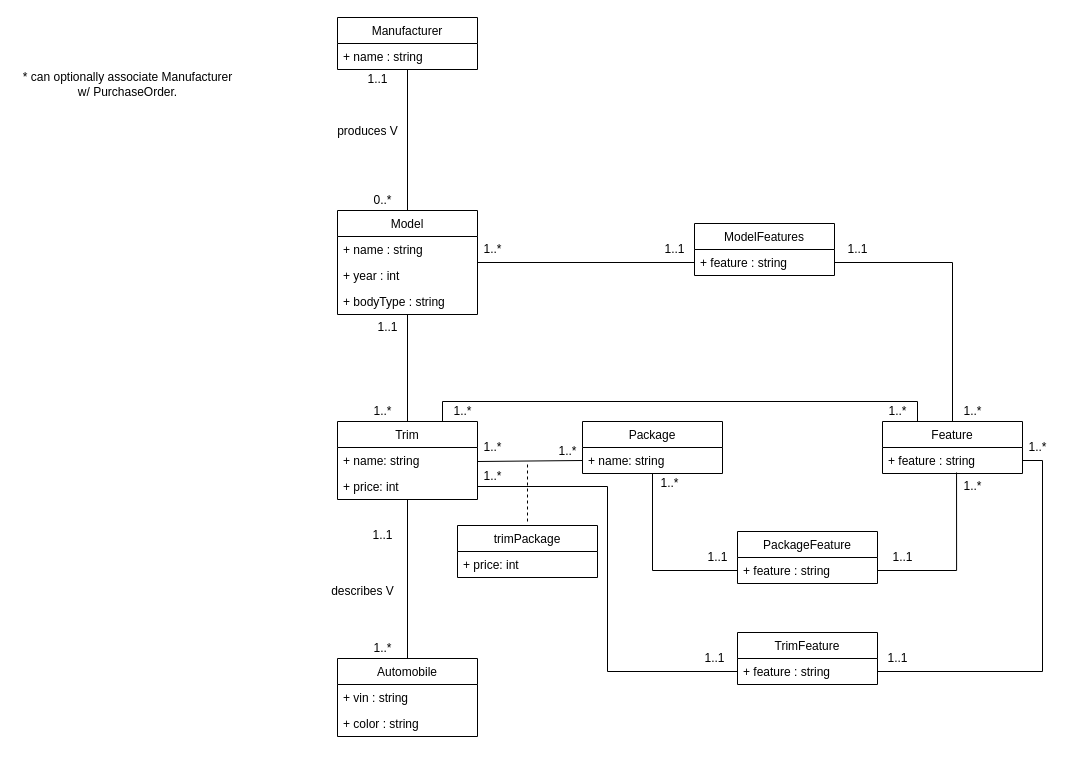
Before: page "UML" (1 of 2) of Project 2.drawio in AnthraciteData/CECS-323-, a draw.io diagram. Source tidied: cells renumbered, new cells numbered last; positions are measured from the earlier drawing's top-left corner, leaving out a move shared by most shapes. Both pictures are drawn from the tidied source at 100%, with x=0, y=0 at pixel (17, 17).
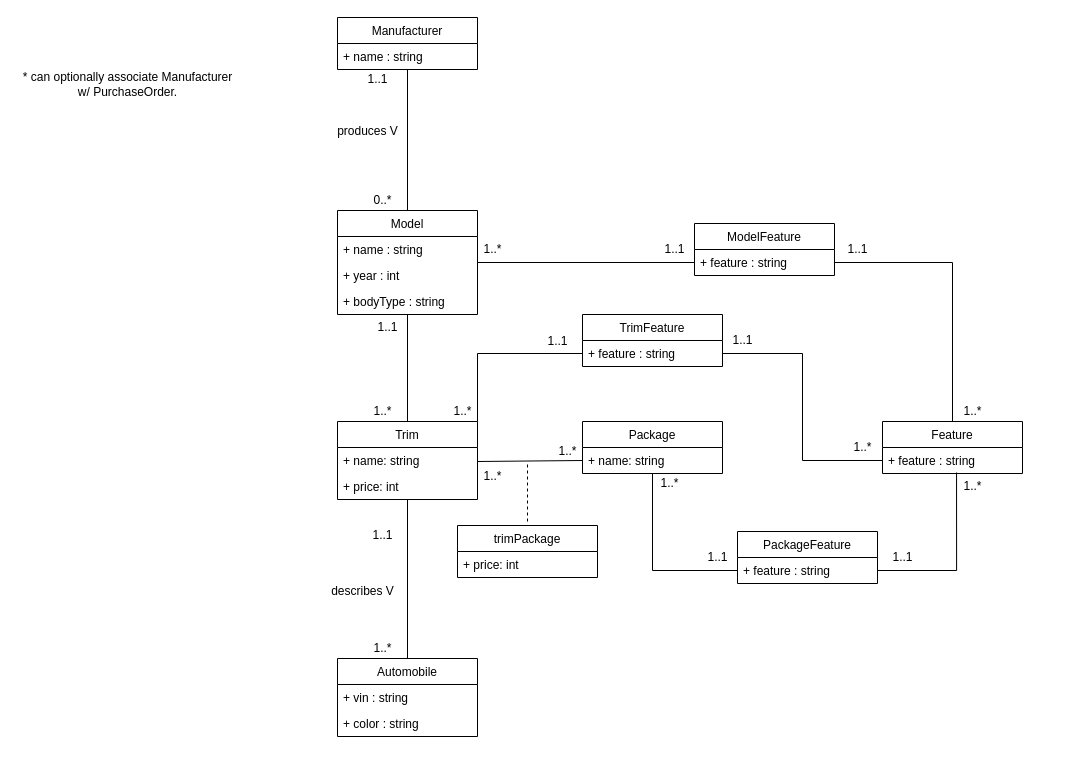
After the change.

The change refers to these unchanged cells:
```xml
<mxCell id="21" value="Trim" style="swimlane;fontStyle=0;horizontal=1;startSize=26;fillColor=none;" parent="1" vertex="1">
  <mxGeometry x="320" y="404" width="140" height="78" as="geometry" />
</mxCell>
<mxCell id="23" value="+ price: int" style="text;strokeColor=none;fillColor=none;align=left;verticalAlign=top;spacingLeft=4;spacingRight=4;overflow=hidden;points=[[0,0.5],[1,0.5]];portConstraint=eastwest;" parent="21" vertex="1">
  <mxGeometry y="52" width="140" height="26" as="geometry" />
</mxCell>
<mxCell id="24" value="Feature" style="swimlane;fontStyle=0;horizontal=1;startSize=26;fillColor=none;" parent="1" vertex="1">
  <mxGeometry x="865" y="404" width="140" height="52" as="geometry" />
</mxCell>
<mxCell id="25" value="+ feature : string" style="text;strokeColor=none;fillColor=none;align=left;verticalAlign=top;spacingLeft=4;spacingRight=4;overflow=hidden;points=[[0,0.5],[1,0.5]];portConstraint=eastwest;" parent="24" vertex="1">
  <mxGeometry y="26" width="140" height="26" as="geometry" />
</mxCell>
<mxCell id="48" value="+ feature : string" style="text;strokeColor=none;fillColor=none;align=left;verticalAlign=top;spacingLeft=4;spacingRight=4;overflow=hidden;points=[[0,0.5],[1,0.5]];portConstraint=eastwest;" parent="47" vertex="1">
  <mxGeometry y="26" width="140" height="26" as="geometry" />
</mxCell>
```

Diff of the diagram source:
```diff
@@
-    <mxCell id="20" style="edgeStyle=orthogonalEdgeStyle;rounded=0;jettySize=auto;html=1;exitX=0.75;exitY=0;exitDx=0;exitDy=0;entryX=0.25;entryY=0;entryDx=0;entryDy=0;endArrow=none;endFill=0;" parent="1" edge="1" source="21" target="24">
-      <mxGeometry relative="1" as="geometry" />
-    </mxCell>
@@
     <mxCell id="34" value="1..*" style="text;html=1;align=center;verticalAlign=middle;strokeColor=none;fillColor=none;" parent="1" vertex="1">
-      <mxGeometry x="460" y="420" width="30" height="20" as="geometry" />
+      <mxGeometry x="430" y="384" width="30" height="20" as="geometry" />
     </mxCell>
@@
-    <mxCell id="40" value="1..*" style="text;html=1;align=center;verticalAlign=middle;strokeColor=none;fillColor=none;" parent="1" vertex="1">
-      <mxGeometry x="865" y="384" width="30" height="20" as="geometry" />
-    </mxCell>
-    <mxCell id="41" value="1..*" style="text;html=1;align=center;verticalAlign=middle;strokeColor=none;fillColor=none;" parent="1" vertex="1">
-      <mxGeometry x="430" y="384" width="30" height="20" as="geometry" />
-    </mxCell>
-    <mxCell id="42" value="ModelFeatures" style="swimlane;fontStyle=0;horizontal=1;startSize=26;fillColor=none;" parent="1" vertex="1">
+    <mxCell id="42" value="ModelFeature" style="swimlane;fontStyle=0;horizontal=1;startSize=26;fillColor=none;" parent="1" vertex="1">
       <mxGeometry x="677" y="206" width="140" height="52" as="geometry" />
     </mxCell>
@@
     <mxCell id="47" value="TrimFeature" style="swimlane;fontStyle=0;horizontal=1;startSize=26;fillColor=none;" parent="1" vertex="1">
-      <mxGeometry x="720" y="615" width="140" height="52" as="geometry" />
+      <mxGeometry x="565" y="297" width="140" height="52" as="geometry" />
     </mxCell>
@@
-    <mxCell id="49" style="edgeStyle=orthogonalEdgeStyle;rounded=0;jettySize=auto;html=1;endArrow=none;endFill=0;" parent="1" edge="1" source="23" target="48">
-      <mxGeometry relative="1" as="geometry">
-        <Array as="points">
-          <mxPoint x="590" y="469" />
-          <mxPoint x="590" y="654" />
-        </Array>
-      </mxGeometry>
-    </mxCell>
-    <mxCell id="50" style="edgeStyle=orthogonalEdgeStyle;rounded=0;jettySize=auto;html=1;entryX=1;entryY=0.5;entryDx=0;entryDy=0;endArrow=none;endFill=0;" parent="1" edge="1" source="48" target="25">
-      <mxGeometry relative="1" as="geometry" />
-    </mxCell>
@@
     <mxCell id="58" value="1..*" style="text;html=1;align=center;verticalAlign=middle;strokeColor=none;fillColor=none;" parent="1" vertex="1">
-      <mxGeometry x="1005" y="420" width="30" height="20" as="geometry" />
+      <mxGeometry x="830" y="420" width="30" height="20" as="geometry" />
     </mxCell>
@@
     <mxCell id="61" value="1..1" style="text;html=1;align=center;verticalAlign=middle;strokeColor=none;fillColor=none;" parent="1" vertex="1">
-      <mxGeometry x="677" y="631" width="40" height="20" as="geometry" />
+      <mxGeometry x="520" y="314" width="40" height="20" as="geometry" />
     </mxCell>
     <mxCell id="62" value="1..1" style="text;html=1;align=center;verticalAlign=middle;strokeColor=none;fillColor=none;" parent="1" vertex="1">
-      <mxGeometry x="860" y="631" width="40" height="20" as="geometry" />
+      <mxGeometry x="705" y="313" width="40" height="20" as="geometry" />
     </mxCell>
+    <mxCell id="63" style="edgeStyle=orthogonalEdgeStyle;rounded=0;jettySize=auto;html=1;entryX=1;entryY=0;entryDx=0;entryDy=0;endArrow=none;endFill=0;" parent="1" edge="1" source="48" target="21">
+      <mxGeometry relative="1" as="geometry" />
+    </mxCell>
+    <mxCell id="50" style="edgeStyle=orthogonalEdgeStyle;rounded=0;jettySize=auto;html=1;entryX=0;entryY=0.5;entryDx=0;entryDy=0;endArrow=none;endFill=0;" parent="1" edge="1" source="48" target="25">
+      <mxGeometry relative="1" as="geometry" />
+    </mxCell>
```
